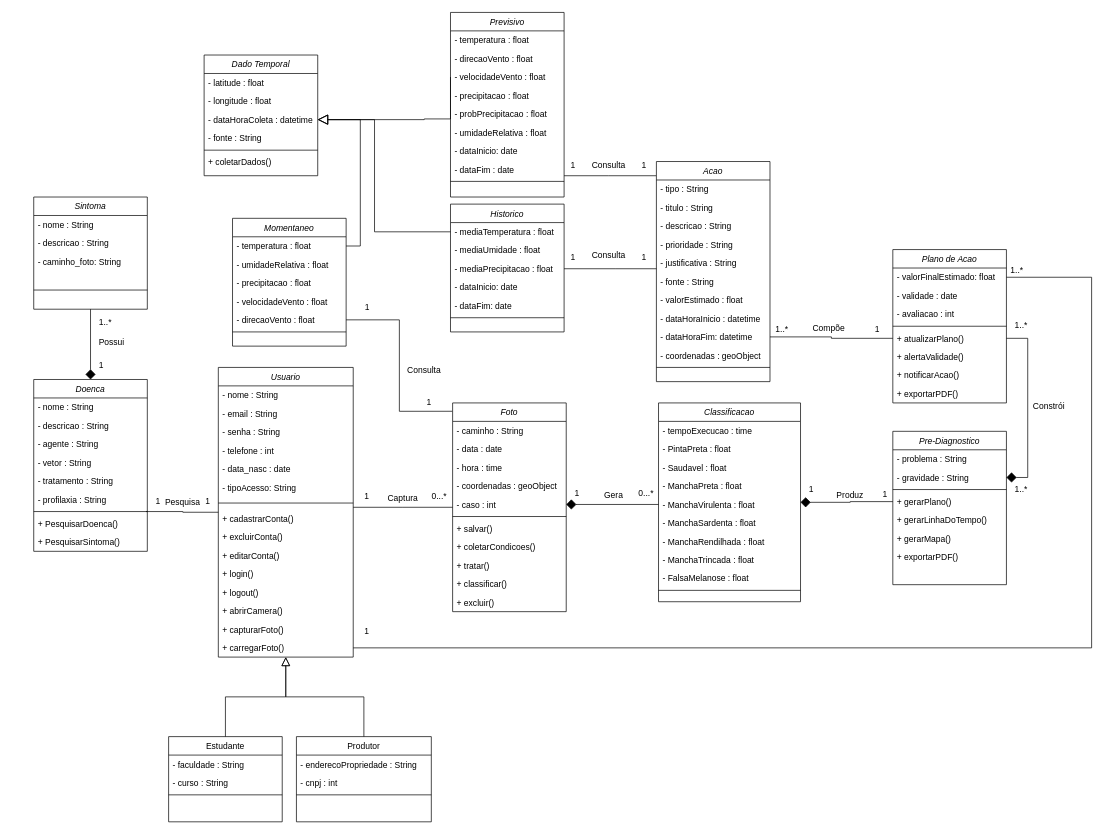
This is uml/classes_blackspot.drawio from guilhermexmada/pi-ponskan, a draw.io file, before an edit. Source tidied: cells renumbered, new cells numbered last; positions are measured from the earlier drawing's top-left corner, leaving out a move shared by most shapes. Both pictures are drawn from the tidied source at 71%, with x=0, y=0 at pixel (12, 12).
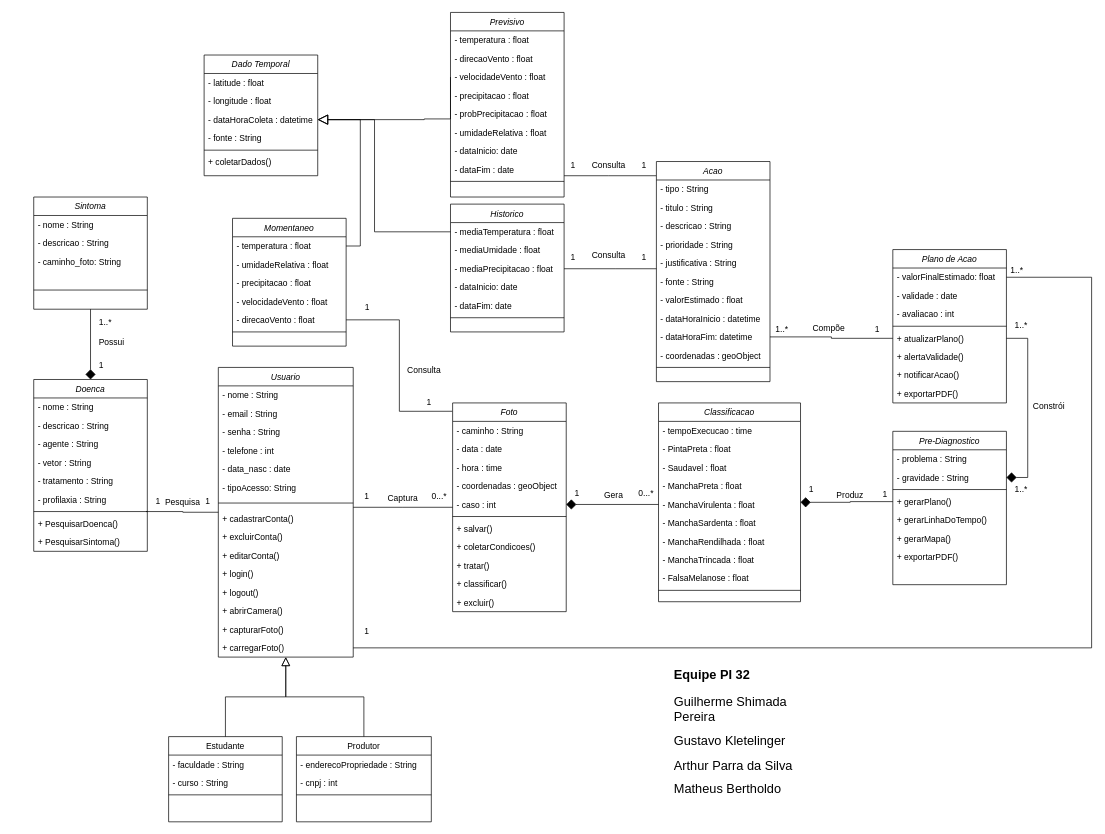
Above is the later version.

Commit message (it also covers changes not shown here):
update diag. classes e objetos

The edit, as a diff of the source:
```diff
@@
+    <mxCell id="185" value="&lt;h1 style=&quot;margin-top: 0px;&quot;&gt;&lt;font style=&quot;font-size: 18px;&quot;&gt;Equipe PI 32&lt;/font&gt;&lt;/h1&gt;&lt;p&gt;&lt;font style=&quot;font-size: 18px;&quot;&gt;Guilherme Shimada Pereira&lt;/font&gt;&lt;/p&gt;&lt;p&gt;&lt;font style=&quot;font-size: 18px;&quot;&gt;Gustavo Kletelinger&lt;/font&gt;&lt;/p&gt;&lt;p&gt;&lt;font style=&quot;font-size: 18px;&quot;&gt;Arthur Parra da Silva&lt;/font&gt;&lt;/p&gt;&lt;p&gt;&lt;font style=&quot;font-size: 18px;&quot;&gt;Matheus Bertholdo&lt;/font&gt;&lt;/p&gt;" style="text;html=1;whiteSpace=wrap;overflow=hidden;rounded=0;" parent="1" vertex="1">
+      <mxGeometry x="930" y="910" width="180" height="210" as="geometry" />
+    </mxCell>
```
